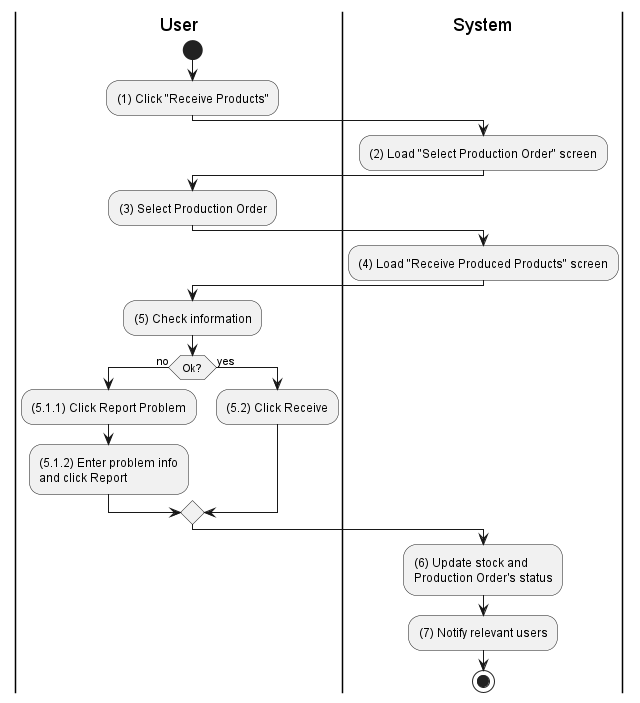
This is activities/inventory-product-receive.png from phihungha/scmss-reqs, a PlantUML export, as it was before one commit.
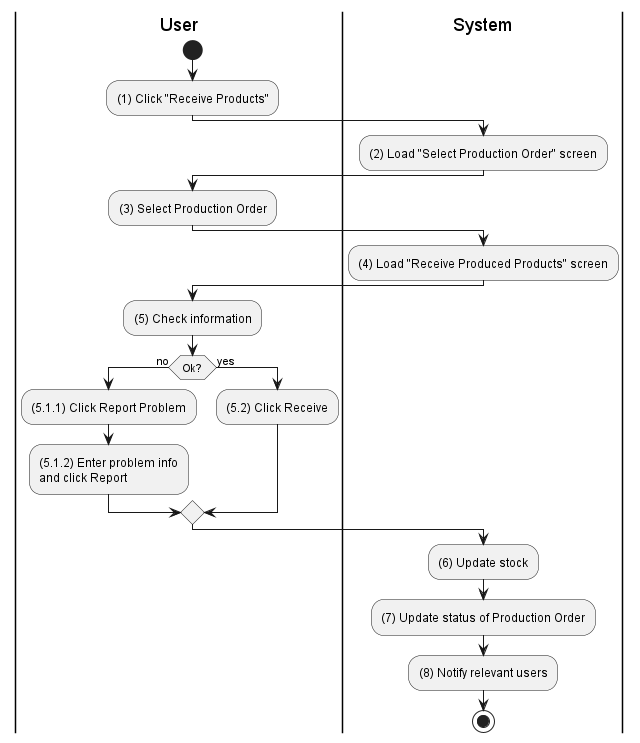
Later version of the same file.

The edit, as a diff of the source:
```diff
@@ -28,7 +28,8 @@
 endif
 
 |s|
-:(6) Update stock and\nProduction Order's status;
-:(7) Notify relevant users;
+:(6) Update stock;
+:(7) Update status of Production Order;
+:(8) Notify relevant users;
 stop
 @enduml
```
